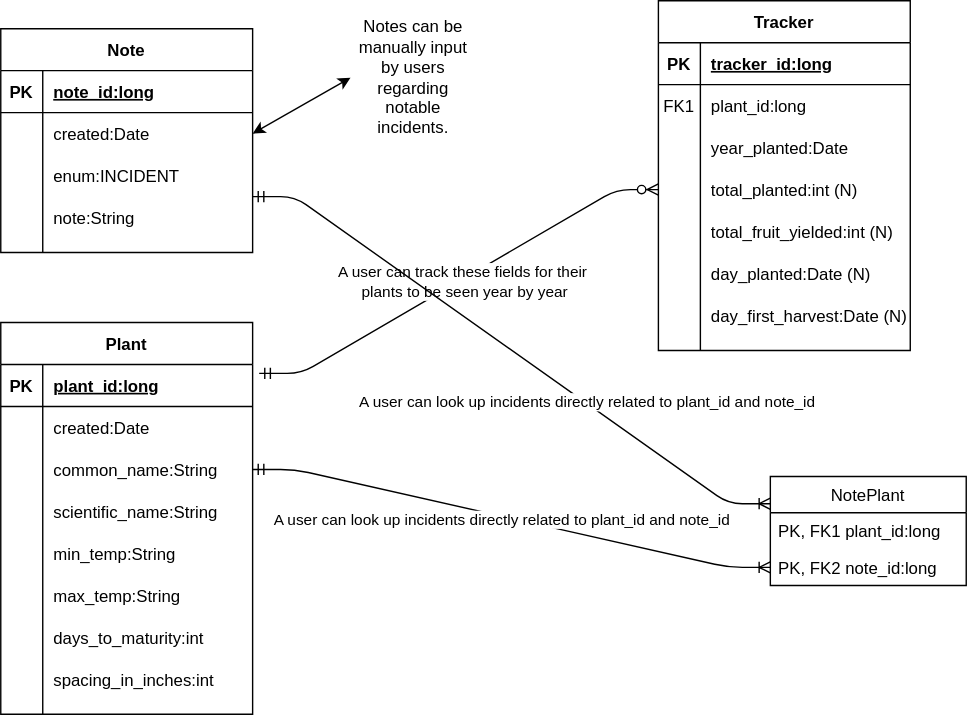
ddc-java-12/personal-android-project-HDawson-coder keeps this draw.io diagram as docs/img/erd.svg. Above is the earlier version. Source tidied: cells renumbered, new cells last; positions are measured from the earlier drawing's top-left corner, leaving out a move shared by most shapes.
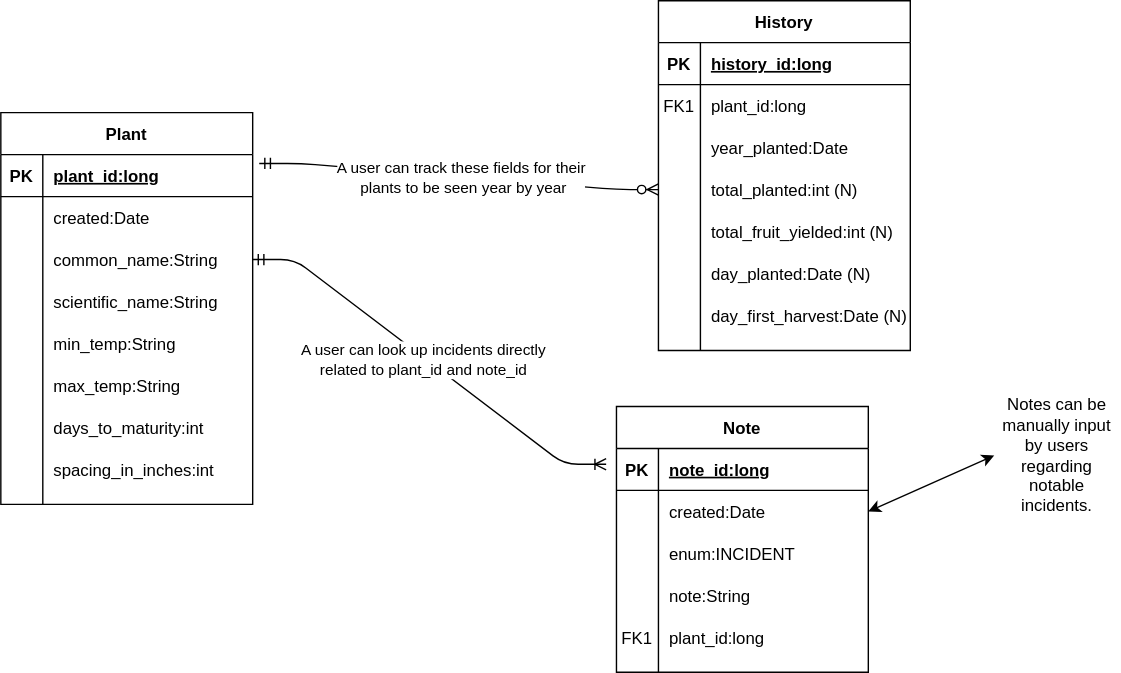
The same file after the commit.

Commit message:
Updated erd pdf and svg.

The edit, as a diff of the source:
```diff
@@ -3,7 +3,7 @@
     <mxCell id="0" />
     <mxCell id="1" parent="0" />
     <mxCell id="2" value="Plant" style="shape=table;startSize=30;rowLines=0;fontStyle=1;align=center;" parent="1" vertex="1">
-      <mxGeometry y="230" width="180" height="280" as="geometry" />
+      <mxGeometry y="80" width="180" height="280" as="geometry" />
     </mxCell>
     <mxCell id="3" style="shape=partialRectangle;fillColor=none;top=0;left=0;bottom=1;right=0;points=[[0,0.5],[1,0.5]];portConstraint=eastwest;" parent="2" vertex="1">
       <mxGeometry y="30" width="180" height="30" as="geometry" />
@@ -77,7 +77,7 @@
     <mxCell id="26" value="spacing_in_inches:int" style="shape=partialRectangle;fillColor=none;top=0;left=0;bottom=0;right=0;align=left;spacingLeft=6;overflow=hidden;" parent="24" vertex="1">
       <mxGeometry x="30" width="150" height="30" as="geometry" />
     </mxCell>
-    <mxCell id="27" value="Tracker" style="shape=table;startSize=30;rowLines=0;fontStyle=1;align=center;" parent="1" vertex="1">
+    <mxCell id="27" value="History" style="shape=table;startSize=30;rowLines=0;fontStyle=1;align=center;" parent="1" vertex="1">
       <mxGeometry x="470" width="180" height="250" as="geometry" />
     </mxCell>
     <mxCell id="28" style="shape=partialRectangle;fillColor=none;top=0;left=0;bottom=1;right=0;" parent="27" vertex="1">
@@ -86,7 +86,7 @@
     <mxCell id="29" value="PK" style="shape=partialRectangle;fillColor=none;top=0;left=0;bottom=0;right=0;fontStyle=1;overflow=hidden;" parent="28" vertex="1">
       <mxGeometry width="30" height="30" as="geometry" />
     </mxCell>
-    <mxCell id="30" value="tracker_id:long" style="shape=partialRectangle;fillColor=none;top=0;left=0;bottom=0;right=0;align=left;spacingLeft=6;fontStyle=5;overflow=hidden;" parent="28" vertex="1">
+    <mxCell id="30" value="history_id:long" style="shape=partialRectangle;fillColor=none;top=0;left=0;bottom=0;right=0;align=left;spacingLeft=6;fontStyle=5;overflow=hidden;" parent="28" vertex="1">
       <mxGeometry x="30" width="150" height="30" as="geometry" />
     </mxCell>
     <mxCell id="31" style="shape=partialRectangle;fillColor=none;top=0;left=0;bottom=0;right=0;" parent="27" vertex="1">
@@ -144,7 +144,7 @@
       <mxGeometry x="30" width="150" height="30" as="geometry" />
     </mxCell>
     <mxCell id="49" value="Note" style="shape=table;startSize=30;rowLines=0;fontStyle=1;align=center;" parent="1" vertex="1">
-      <mxGeometry y="20" width="180" height="160" as="geometry" />
+      <mxGeometry x="440" y="290" width="180" height="190" as="geometry" />
     </mxCell>
     <mxCell id="50" style="shape=partialRectangle;fillColor=none;top=0;left=0;bottom=1;right=0;points=[[0,0.5],[1,0.5]];portConstraint=eastwest;" parent="49" vertex="1">
       <mxGeometry y="30" width="180" height="30" as="geometry" />
@@ -182,42 +182,32 @@
     <mxCell id="61" value="note:String" style="shape=partialRectangle;fillColor=none;top=0;left=0;bottom=0;right=0;align=left;spacingLeft=6;overflow=hidden;" parent="59" vertex="1">
       <mxGeometry x="30" width="150" height="30" as="geometry" />
     </mxCell>
-    <mxCell id="62" style="edgeStyle=entityRelationEdgeStyle;fontSize=12;html=1;endArrow=ERzeroToMany;startArrow=ERmandOne;exitX=1.026;exitY=0.211;exitDx=0;exitDy=0;exitPerimeter=0;entryX=0;entryY=0.5;entryDx=0;entryDy=0;" parent="1" edge="1" source="3" target="37">
-      <mxGeometry relative="1" as="geometry" />
+    <mxCell id="62" style="shape=partialRectangle;fillColor=none;top=0;left=0;bottom=0;right=0;" parent="49" vertex="1">
+      <mxGeometry y="150" width="180" height="30" as="geometry" />
     </mxCell>
-    <mxCell id="63" value="A user can track these fields for their&lt;br&gt;&amp;nbsp;plants to be seen year by year" style="edgeLabel;html=1;align=center;verticalAlign=middle;" parent="62" vertex="1">
-      <mxGeometry x="0.01" y="-1" relative="1" as="geometry" />
+    <mxCell id="63" value="FK1" style="shape=partialRectangle;fillColor=none;top=0;left=0;bottom=0;right=0;overflow=hidden;" parent="62" vertex="1">
+      <mxGeometry width="30" height="30" as="geometry" />
     </mxCell>
-    <mxCell id="64" value="Notes can be manually input by users regarding notable incidents." style="text;html=1;strokeColor=none;fillColor=none;align=center;verticalAlign=middle;whiteSpace=wrap;rounded=0;" parent="1" vertex="1">
-      <mxGeometry x="250" y="20" width="90" height="70" as="geometry" />
+    <mxCell id="64" value="plant_id:long" style="shape=partialRectangle;fillColor=none;top=0;left=0;bottom=0;right=0;align=left;spacingLeft=6;overflow=hidden;" parent="62" vertex="1">
+      <mxGeometry x="30" width="150" height="30" as="geometry" />
     </mxCell>
-    <mxCell id="65" style="endArrow=classic;startArrow=classic;html=1;entryX=0;entryY=0.5;entryDx=0;entryDy=0;exitX=1;exitY=0.5;exitDx=0;exitDy=0;" parent="1" edge="1" source="53" target="64">
+    <mxCell id="65" style="edgeStyle=entityRelationEdgeStyle;fontSize=12;html=1;endArrow=ERzeroToMany;startArrow=ERmandOne;exitX=1.026;exitY=0.211;exitDx=0;exitDy=0;exitPerimeter=0;entryX=0;entryY=0.5;entryDx=0;entryDy=0;" parent="1" edge="1" source="3" target="37">
       <mxGeometry relative="1" as="geometry" />
     </mxCell>
-    <mxCell id="66" value="NotePlant" style="swimlane;fontStyle=0;horizontal=1;startSize=26;fillColor=none;" parent="1" vertex="1">
-      <mxGeometry x="550" y="340" width="140" height="78" as="geometry" />
+    <mxCell id="66" value="A user can track these fields for their&lt;br&gt;&amp;nbsp;plants to be seen year by year" style="edgeLabel;html=1;align=center;verticalAlign=middle;points=[];" parent="65" vertex="1">
+      <mxGeometry x="0.01" y="-1" relative="1" as="geometry" />
     </mxCell>
-    <mxCell id="67" value="PK, FK1 plant_id:long" style="text;strokeColor=none;fillColor=none;align=left;verticalAlign=top;spacingLeft=4;spacingRight=4;overflow=hidden;points=[[0,0.5],[1,0.5]];portConstraint=eastwest;" parent="66" vertex="1">
-      <mxGeometry y="26" width="140" height="26" as="geometry" />
+    <mxCell id="67" value="Notes can be manually input by users regarding notable incidents." style="text;html=1;strokeColor=none;fillColor=none;align=center;verticalAlign=middle;whiteSpace=wrap;rounded=0;" parent="1" vertex="1">
+      <mxGeometry x="710" y="290" width="90" height="70" as="geometry" />
     </mxCell>
-    <mxCell id="68" value="PK, FK2 note_id:long" style="text;strokeColor=none;fillColor=none;align=left;verticalAlign=top;spacingLeft=4;spacingRight=4;overflow=hidden;points=[[0,0.5],[1,0.5]];portConstraint=eastwest;" parent="66" vertex="1">
-      <mxGeometry y="52" width="140" height="26" as="geometry" />
+    <mxCell id="68" style="endArrow=classic;startArrow=classic;html=1;entryX=0;entryY=0.5;entryDx=0;entryDy=0;exitX=1;exitY=0.5;exitDx=0;exitDy=0;" parent="1" edge="1" source="53" target="67">
+      <mxGeometry relative="1" as="geometry" />
     </mxCell>
-    <mxCell id="69" style="edgeStyle=entityRelationEdgeStyle;fontSize=12;html=1;endArrow=ERoneToMany;startArrow=ERmandOne;exitX=1;exitY=0.5;exitDx=0;exitDy=0;entryX=0;entryY=0.5;entryDx=0;entryDy=0;" parent="1" edge="1" source="9" target="68">
+    <mxCell id="69" style="edgeStyle=entityRelationEdgeStyle;fontSize=12;html=1;endArrow=ERoneToMany;startArrow=ERmandOne;exitX=1;exitY=0.5;exitDx=0;exitDy=0;entryX=-0.041;entryY=0.378;entryDx=0;entryDy=0;entryPerimeter=0;" parent="1" edge="1" source="9" target="50">
       <mxGeometry relative="1" as="geometry" />
     </mxCell>
-    <mxCell id="70" value="A user can look up incidents directly related to plant_id and note_id" style="edgeLabel;html=1;align=center;verticalAlign=middle;" parent="69" vertex="1">
+    <mxCell id="70" value="A user can look up incidents directly &lt;br&gt;related to plant_id and note_id" style="edgeLabel;html=1;align=center;verticalAlign=middle;" parent="69" vertex="1">
       <mxGeometry x="-0.03" y="-2" relative="1" as="geometry" />
     </mxCell>
-    <mxCell id="71" style="edgeStyle=entityRelationEdgeStyle;fontSize=12;html=1;endArrow=ERoneToMany;startArrow=ERmandOne;exitX=1;exitY=0.5;exitDx=0;exitDy=0;entryX=0;entryY=0.25;entryDx=0;entryDy=0;" parent="1" edge="1" target="66">
-      <mxGeometry relative="1" as="geometry">
-        <mxPoint x="180" y="140" as="sourcePoint" />
-      </mxGeometry>
-    </mxCell>
-    <mxCell id="72" value="A user can look up incidents directly related to plant_id and note_id" style="edgeLabel;html=1;align=center;verticalAlign=middle;" parent="71" vertex="1">
-      <mxGeometry x="0.29" y="2" relative="1" as="geometry">
-        <mxPoint y="1" as="offset" />
-      </mxGeometry>
-    </mxCell>
   </root>
 </mxGraphModel>
```
